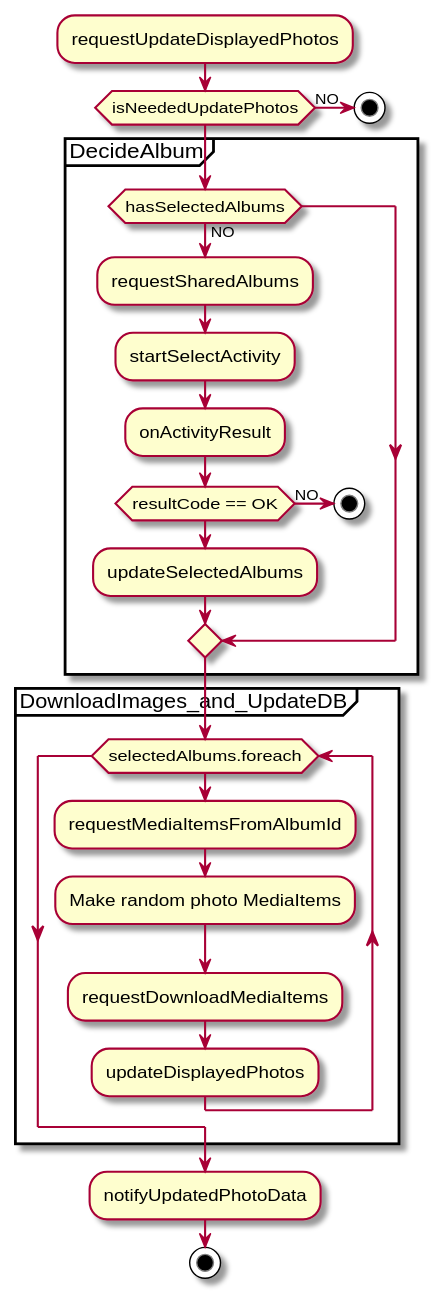
Above: uml/main/activity_diagram_main_bk.svg in sallyluenoa/PhotoSlideShow (PlantUML), before the change.
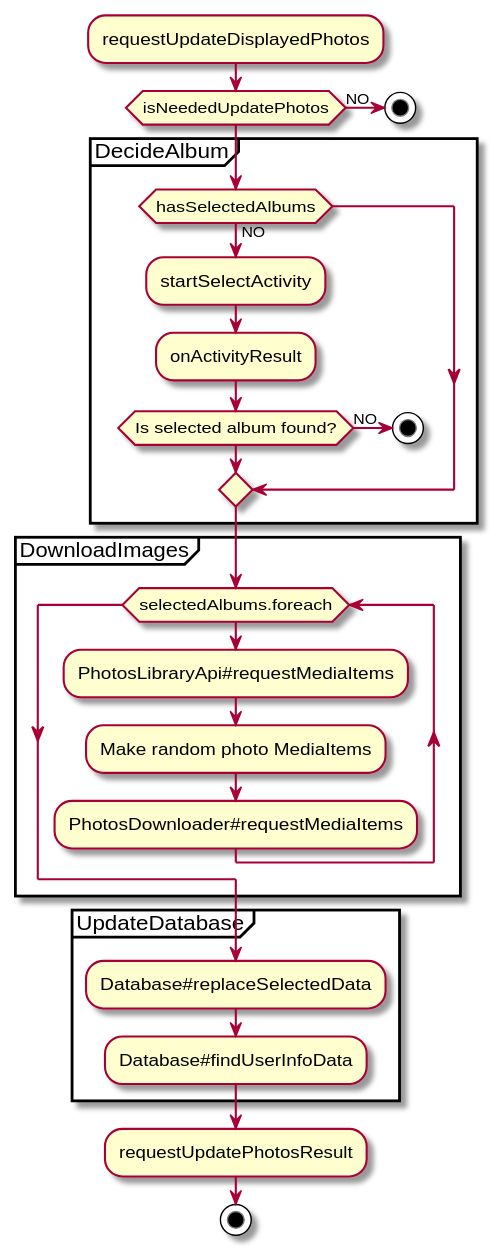
After the change.

What changed in the source:
```diff
@@ -7,27 +7,28 @@
 
 partition DecideAlbum {
   if (hasSelectedAlbums) then (NO)
-    :requestSharedAlbums;
     :startSelectActivity;
     :onActivityResult;
 
-    if (resultCode == OK) then (NO)
+    if (Is selected album found?) then (NO)
       stop
     endif
-
-    :updateSelectedAlbums;
   endif
 }
 
-partition DownloadImages_and_UpdateDB {
+partition DownloadImages {
   while (selectedAlbums.foreach)
-    :requestMediaItemsFromAlbumId;
+    :PhotosLibraryApi#requestMediaItems;
     :Make random photo MediaItems;
-    :requestDownloadMediaItems;
-    :updateDisplayedPhotos;
+    :PhotosDownloader#requestMediaItems;
   end while
 }
 
-:notifyUpdatedPhotoData;
+partition UpdateDatabase {
+  :Database#replaceSelectedData;
+  :Database#findUserInfoData;
+}
+
+:requestUpdatePhotosResult;
 stop
 @enduml
```
